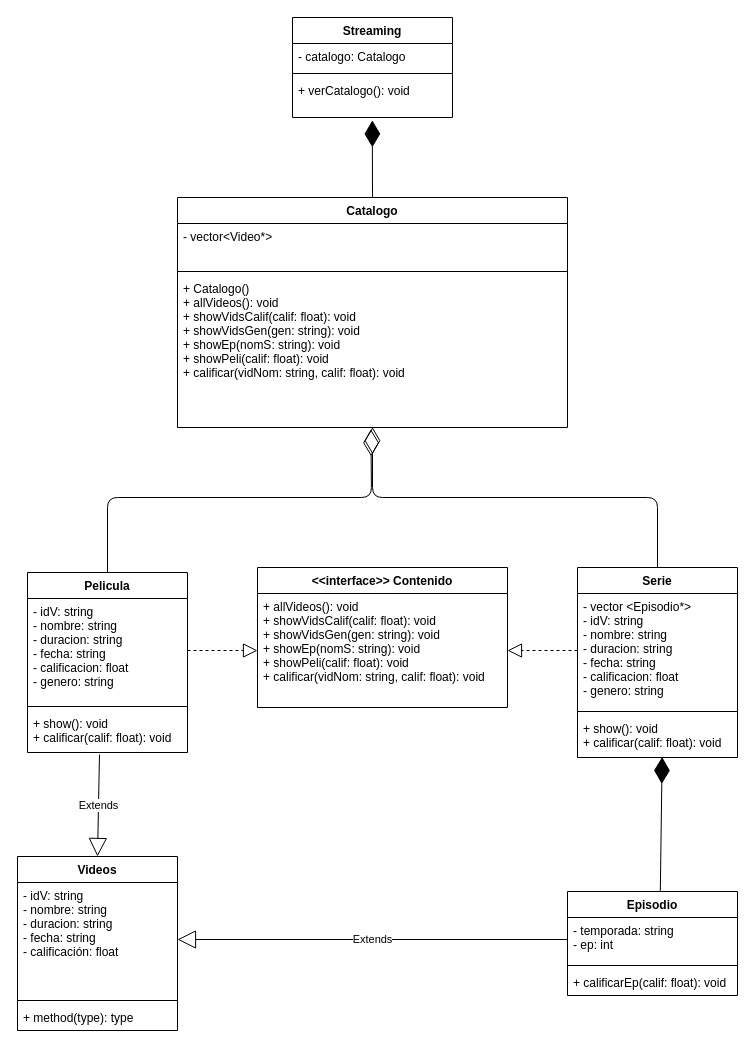
This is streaming 2.drawio from A01750658/proyecto_cpp, a draw.io file, before an edit. Source tidied: cells renumbered, new cells numbered last; positions are measured from the earlier drawing's top-left corner, leaving out a move shared by most shapes. Both pictures are drawn from the tidied source at 100%, with x=0, y=0 at pixel (17, 17).
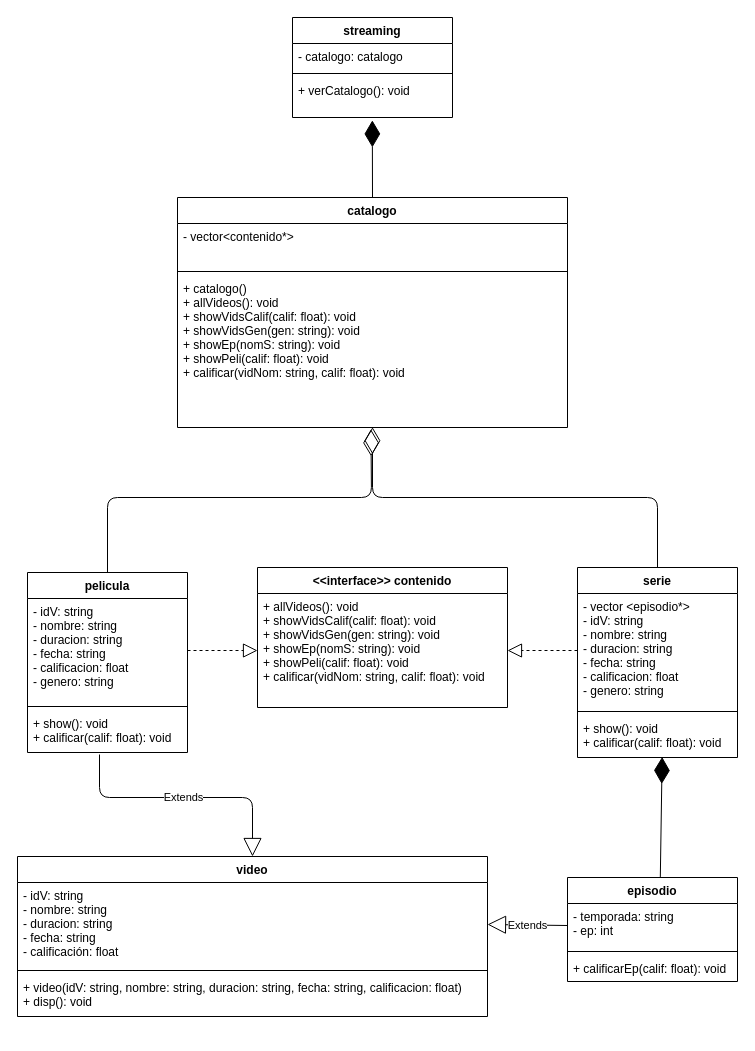
Above is the later version.

The change refers to these unchanged cells:
```xml
<mxCell id="17" value="+ show(): void&#10;+ calificar(calif: float): void" style="text;strokeColor=none;fillColor=none;align=left;verticalAlign=top;spacingLeft=4;spacingRight=4;overflow=hidden;points=[[0,0.5],[1,0.5]];portConstraint=eastwest;" parent="14" vertex="1">
  <mxGeometry y="138" width="160" height="42" as="geometry" />
</mxCell>
```

Diff of the diagram source:
```diff
@@
-    <mxCell id="3" value="Catalogo" style="swimlane;fontStyle=1;align=center;verticalAlign=top;horizontal=1;startSize=26;" parent="1" vertex="1">
+    <mxCell id="3" value="catalogo" style="swimlane;fontStyle=1;align=center;verticalAlign=top;horizontal=1;startSize=26;" parent="1" vertex="1">
       <mxGeometry x="160" y="180" width="390" height="230" as="geometry" />
     </mxCell>
-    <mxCell id="4" value="- vector&lt;Video*&gt;" style="text;strokeColor=none;fillColor=none;align=left;verticalAlign=top;spacingLeft=4;spacingRight=4;overflow=hidden;" parent="3" vertex="1">
+    <mxCell id="4" value="- vector&lt;contenido*&gt;" style="text;strokeColor=none;fillColor=none;align=left;verticalAlign=top;spacingLeft=4;spacingRight=4;overflow=hidden;" parent="3" vertex="1">
       <mxGeometry y="26" width="390" height="44" as="geometry" />
     </mxCell>
@@
-    <mxCell id="6" value="+ Catalogo()&#10;+ allVideos(): void&#10;+ showVidsCalif(calif: float): void&#10;+ showVidsGen(gen: string): void&#10;+ showEp(nomS: string): void&#10;+ showPeli(calif: float): void&#10;+ calificar(vidNom: string, calif: float): void" style="text;strokeColor=none;fillColor=none;align=left;verticalAlign=top;spacingLeft=4;spacingRight=4;overflow=hidden;points=[[0,0.5],[1,0.5]];portConstraint=eastwest;" parent="3" vertex="1">
+    <mxCell id="6" value="+ catalogo()&#10;+ allVideos(): void&#10;+ showVidsCalif(calif: float): void&#10;+ showVidsGen(gen: string): void&#10;+ showEp(nomS: string): void&#10;+ showPeli(calif: float): void&#10;+ calificar(vidNom: string, calif: float): void" style="text;strokeColor=none;fillColor=none;align=left;verticalAlign=top;spacingLeft=4;spacingRight=4;overflow=hidden;points=[[0,0.5],[1,0.5]];portConstraint=eastwest;" parent="3" vertex="1">
       <mxGeometry y="78" width="390" height="152" as="geometry" />
     </mxCell>
-    <mxCell id="7" value="&lt;&lt;interface&gt;&gt; Contenido" style="swimlane;fontStyle=1;align=center;verticalAlign=top;horizontal=1;startSize=26;" parent="1" vertex="1">
+    <mxCell id="7" value="&lt;&lt;interface&gt;&gt; contenido" style="swimlane;fontStyle=1;align=center;verticalAlign=top;horizontal=1;startSize=26;" parent="1" vertex="1">
       <mxGeometry x="240" y="550" width="250" height="140" as="geometry" />
     </mxCell>
@@
-    <mxCell id="10" value="Streaming" style="swimlane;fontStyle=1;align=center;verticalAlign=top;horizontal=1;startSize=26;" parent="1" vertex="1">
+    <mxCell id="10" value="streaming" style="swimlane;fontStyle=1;align=center;verticalAlign=top;horizontal=1;startSize=26;" parent="1" vertex="1">
       <mxGeometry x="275" width="160" height="100" as="geometry" />
     </mxCell>
-    <mxCell id="11" value="- catalogo: Catalogo" style="text;strokeColor=none;fillColor=none;align=left;verticalAlign=top;spacingLeft=4;spacingRight=4;overflow=hidden;" parent="10" vertex="1">
+    <mxCell id="11" value="- catalogo: catalogo" style="text;strokeColor=none;fillColor=none;align=left;verticalAlign=top;spacingLeft=4;spacingRight=4;overflow=hidden;" parent="10" vertex="1">
       <mxGeometry y="26" width="160" height="26" as="geometry" />
     </mxCell>
@@
-    <mxCell id="14" value="Pelicula" style="swimlane;fontStyle=1;align=center;verticalAlign=top;horizontal=1;startSize=26;" parent="1" vertex="1">
+    <mxCell id="14" value="pelicula" style="swimlane;fontStyle=1;align=center;verticalAlign=top;horizontal=1;startSize=26;" parent="1" vertex="1">
       <mxGeometry x="10" y="555" width="160" height="180" as="geometry" />
     </mxCell>
@@
-    <mxCell id="18" value="Serie" style="swimlane;fontStyle=1;align=center;verticalAlign=top;horizontal=1;startSize=26;" parent="1" vertex="1">
+    <mxCell id="18" value="serie" style="swimlane;fontStyle=1;align=center;verticalAlign=top;horizontal=1;startSize=26;" parent="1" vertex="1">
       <mxGeometry x="560" y="550" width="160" height="190" as="geometry" />
     </mxCell>
-    <mxCell id="19" value="- vector &lt;Episodio*&gt;&#10;- idV: string&#10;- nombre: string&#10;- duracion: string&#10;- fecha: string&#10;- calificacion: float&#10;- genero: string" style="text;strokeColor=none;fillColor=none;align=left;verticalAlign=top;spacingLeft=4;spacingRight=4;overflow=hidden;points=[[0,0.5],[1,0.5]];portConstraint=eastwest;" parent="18" vertex="1">
+    <mxCell id="19" value="- vector &lt;episodio*&gt;&#10;- idV: string&#10;- nombre: string&#10;- duracion: string&#10;- fecha: string&#10;- calificacion: float&#10;- genero: string" style="text;strokeColor=none;fillColor=none;align=left;verticalAlign=top;spacingLeft=4;spacingRight=4;overflow=hidden;points=[[0,0.5],[1,0.5]];portConstraint=eastwest;" parent="18" vertex="1">
       <mxGeometry y="26" width="160" height="114" as="geometry" />
     </mxCell>
@@
-    <mxCell id="22" value="Episodio" style="swimlane;fontStyle=1;align=center;verticalAlign=top;horizontal=1;startSize=26;" parent="1" vertex="1">
-      <mxGeometry x="550" y="874" width="170" height="104" as="geometry" />
+    <mxCell id="22" value="episodio" style="swimlane;fontStyle=1;align=center;verticalAlign=top;horizontal=1;startSize=26;" parent="1" vertex="1">
+      <mxGeometry x="550" y="860" width="170" height="104" as="geometry" />
     </mxCell>
@@
-    <mxCell id="26" value="Videos" style="swimlane;fontStyle=1;align=center;verticalAlign=top;horizontal=1;startSize=26;" parent="1" vertex="1">
-      <mxGeometry y="839" width="160" height="174" as="geometry" />
+    <mxCell id="26" value="video" style="swimlane;fontStyle=1;align=center;verticalAlign=top;horizontal=1;startSize=26;" parent="1" vertex="1">
+      <mxGeometry y="839" width="470" height="160" as="geometry" />
     </mxCell>
     <mxCell id="27" value="- idV: string&#10;- nombre: string&#10;- duracion: string&#10;- fecha: string&#10;- calificación: float" style="text;strokeColor=none;fillColor=none;align=left;verticalAlign=top;spacingLeft=4;spacingRight=4;overflow=hidden;points=[[0,0.5],[1,0.5]];portConstraint=eastwest;" parent="26" vertex="1">
-      <mxGeometry y="26" width="160" height="114" as="geometry" />
+      <mxGeometry y="26" width="470" height="84" as="geometry" />
     </mxCell>
     <mxCell id="28" style="line;strokeWidth=1;fillColor=none;align=left;verticalAlign=middle;spacingTop=-1;spacingLeft=3;spacingRight=3;labelPosition=right;strokeColor=inherit;" parent="26" vertex="1">
-      <mxGeometry y="140" width="160" height="8" as="geometry" />
+      <mxGeometry y="110" width="470" height="8" as="geometry" />
     </mxCell>
-    <mxCell id="29" value="+ method(type): type" style="text;strokeColor=none;fillColor=none;align=left;verticalAlign=top;spacingLeft=4;spacingRight=4;overflow=hidden;" parent="26" vertex="1">
-      <mxGeometry y="148" width="160" height="26" as="geometry" />
+    <mxCell id="29" value="+ video(idV: string, nombre: string, duracion: string, fecha: string, calificacion: float)&#10;+ disp(): void" style="text;strokeColor=none;fillColor=none;align=left;verticalAlign=top;spacingLeft=4;spacingRight=4;overflow=hidden;" parent="26" vertex="1">
+      <mxGeometry y="118" width="470" height="42" as="geometry" />
     </mxCell>
@@
     <mxCell id="31" value="Extends" style="endArrow=block;endSize=16;endFill=0;html=1;exitX=0.45;exitY=1.048;exitDx=0;exitDy=0;exitPerimeter=0;entryX=0.5;entryY=0;entryDx=0;entryDy=0;" parent="1" edge="1" source="17" target="26">
-      <mxGeometry relative="1" as="geometry" />
+      <mxGeometry relative="1" as="geometry">
+        <Array as="points">
+          <mxPoint x="82" y="780" />
+          <mxPoint x="235" y="780" />
+        </Array>
+      </mxGeometry>
     </mxCell>
```
